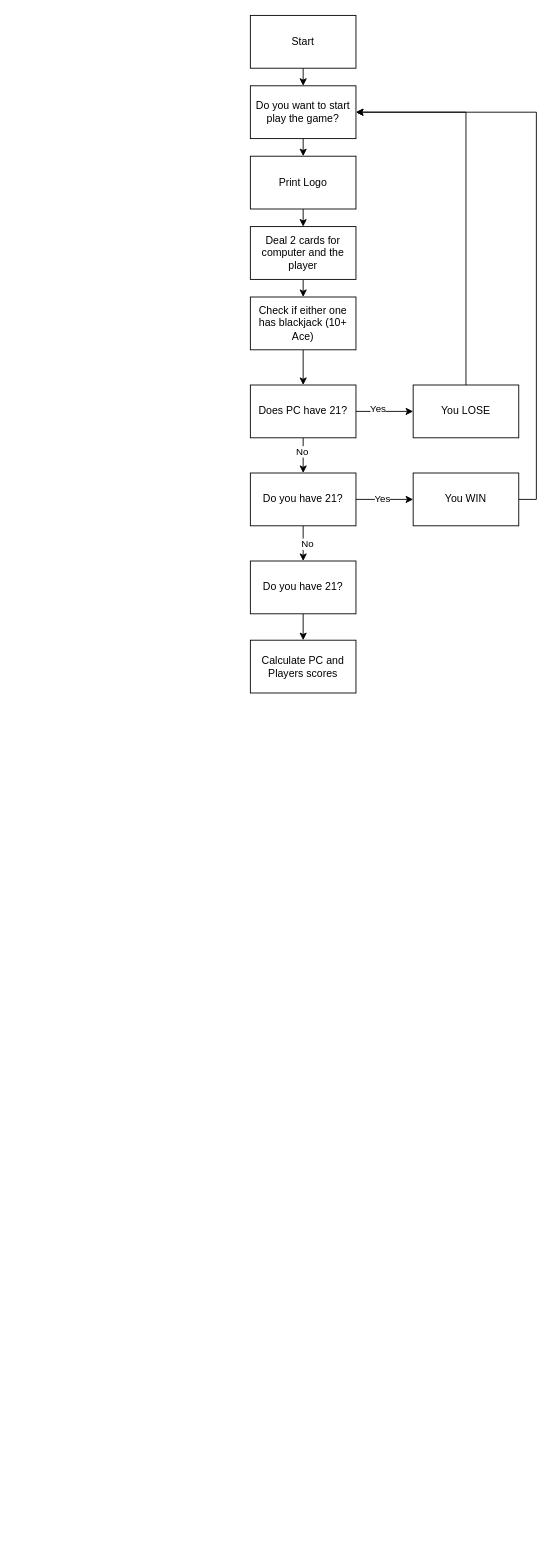
Above: day11_blackjack.drawio in GytenisBorusas/100DaysOfCode (draw.io), before the change. Source tidied: cells renumbered, new cells numbered last; positions are measured from the earlier drawing's top-left corner, leaving out a move shared by most shapes. Both pictures are drawn from the tidied source at 88%, with x=0, y=0 at pixel (250, 15).
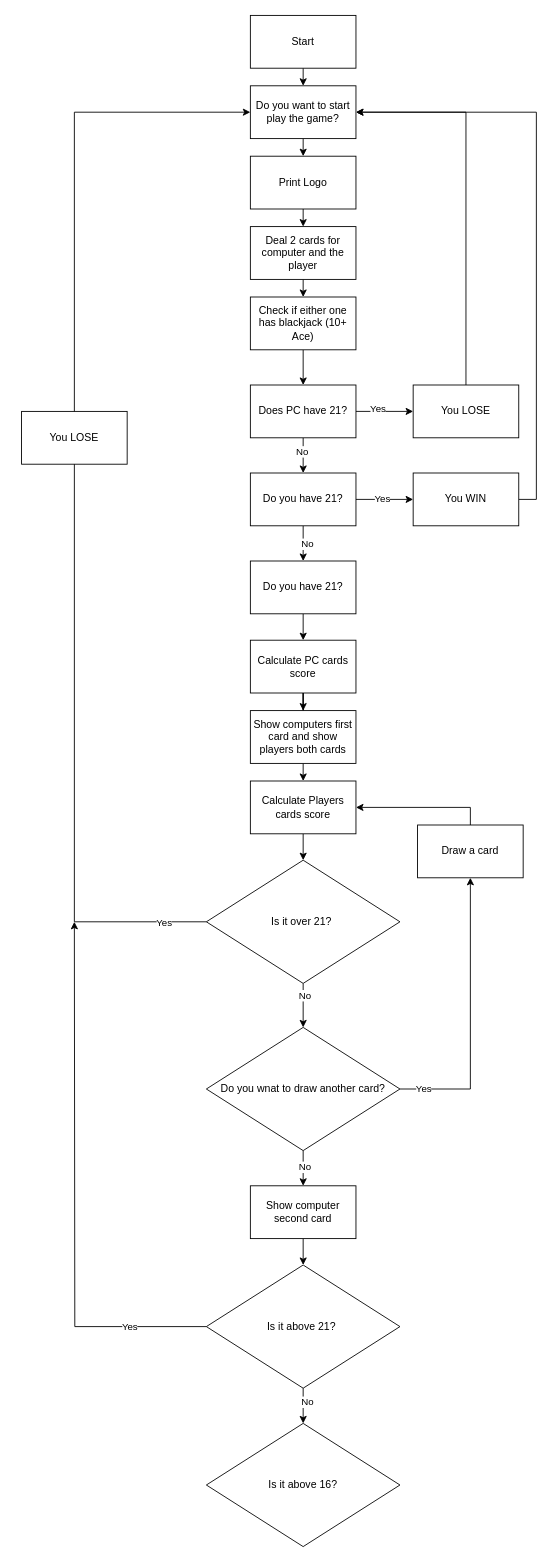
The same diagram, later.

Unchanged cells that the change refers to:
```xml
<mxCell id="5" value="Do you want to start play the game?&lt;br&gt;" style="rounded=0;whiteSpace=wrap;html=1;" parent="1" vertex="1">
  <mxGeometry y="80" width="120" height="60" as="geometry" />
</mxCell>
```

The edit, as a diff of the source:
```diff
@@
+    <mxCell id="29" style="edgeStyle=orthogonalEdgeStyle;rounded=0;jettySize=auto;html=1;exitX=0.5;exitY=1;exitDx=0;exitDy=0;" parent="1" edge="1" source="28" target="31">
+      <mxGeometry relative="1" as="geometry" />
+    </mxCell>
-    <mxCell id="28" value="Calculate PC and Players scores" style="rounded=0;whiteSpace=wrap;html=1;" parent="1" vertex="1">
+    <mxCell id="28" value="Calculate PC cards score" style="rounded=0;whiteSpace=wrap;html=1;" parent="1" vertex="1">
       <mxGeometry y="710" width="120" height="60" as="geometry" />
     </mxCell>
+    <mxCell id="30" style="edgeStyle=orthogonalEdgeStyle;rounded=0;jettySize=auto;html=1;exitX=0.5;exitY=1;exitDx=0;exitDy=0;entryX=0.5;entryY=0;entryDx=0;entryDy=0;" parent="1" edge="1" source="31" target="33">
+      <mxGeometry relative="1" as="geometry" />
+    </mxCell>
+    <mxCell id="31" value="Show computers first card and show players both cards" style="rounded=0;whiteSpace=wrap;html=1;" parent="1" vertex="1">
+      <mxGeometry y="790" width="120" height="60" as="geometry" />
+    </mxCell>
+    <mxCell id="32" style="edgeStyle=orthogonalEdgeStyle;rounded=0;jettySize=auto;html=1;exitX=0.5;exitY=1;exitDx=0;exitDy=0;entryX=0.5;entryY=0;entryDx=0;entryDy=0;" parent="1" edge="1" source="33" target="44">
+      <mxGeometry relative="1" as="geometry" />
+    </mxCell>
+    <mxCell id="33" value="Calculate Players cards score" style="rounded=0;whiteSpace=wrap;html=1;" parent="1" vertex="1">
+      <mxGeometry y="870" width="120" height="60" as="geometry" />
+    </mxCell>
+    <mxCell id="34" style="edgeStyle=orthogonalEdgeStyle;rounded=0;jettySize=auto;html=1;entryX=0.5;entryY=1;entryDx=0;entryDy=0;" parent="1" edge="1" source="38" target="40">
+      <mxGeometry relative="1" as="geometry">
+        <Array as="points">
+          <mxPoint x="250" y="1220" />
+        </Array>
+      </mxGeometry>
+    </mxCell>
+    <mxCell id="35" value="Yes" style="edgeLabel;html=1;align=center;verticalAlign=middle;" parent="34" vertex="1">
+      <mxGeometry x="-0.84" y="1" relative="1" as="geometry" />
+    </mxCell>
+    <mxCell id="36" style="edgeStyle=orthogonalEdgeStyle;rounded=0;jettySize=auto;html=1;exitX=0.5;exitY=1;exitDx=0;exitDy=0;entryX=0.5;entryY=0;entryDx=0;entryDy=0;" parent="1" edge="1" source="38" target="49">
+      <mxGeometry relative="1" as="geometry" />
+    </mxCell>
+    <mxCell id="37" value="No" style="edgeLabel;html=1;align=center;verticalAlign=middle;" parent="36" vertex="1">
+      <mxGeometry x="-0.1" y="1" relative="1" as="geometry" />
+    </mxCell>
+    <mxCell id="38" value="Do you wnat to draw another card?" style="rhombus;whiteSpace=wrap;html=1;rounded=0;" parent="1" vertex="1">
+      <mxGeometry x="-50" y="1150" width="220" height="140" as="geometry" />
+    </mxCell>
+    <mxCell id="39" style="edgeStyle=orthogonalEdgeStyle;rounded=0;jettySize=auto;html=1;exitX=0.5;exitY=0;exitDx=0;exitDy=0;entryX=1;entryY=0.5;entryDx=0;entryDy=0;" parent="1" edge="1" source="40" target="33">
+      <mxGeometry relative="1" as="geometry" />
+    </mxCell>
+    <mxCell id="40" value="Draw a card" style="rounded=0;whiteSpace=wrap;html=1;" parent="1" vertex="1">
+      <mxGeometry x="190" y="920" width="120" height="60" as="geometry" />
+    </mxCell>
+    <mxCell id="41" style="edgeStyle=orthogonalEdgeStyle;rounded=0;jettySize=auto;html=1;exitX=0.5;exitY=1;exitDx=0;exitDy=0;entryX=0.5;entryY=0;entryDx=0;entryDy=0;" parent="1" edge="1" source="44" target="38">
+      <mxGeometry relative="1" as="geometry" />
+    </mxCell>
+    <mxCell id="42" value="No" style="edgeLabel;html=1;align=center;verticalAlign=middle;" parent="41" vertex="1">
+      <mxGeometry x="-0.5" y="1" relative="1" as="geometry" />
+    </mxCell>
+    <mxCell id="43" style="edgeStyle=orthogonalEdgeStyle;rounded=0;jettySize=auto;html=1;exitX=0;exitY=0.5;exitDx=0;exitDy=0;entryX=0;entryY=0.5;entryDx=0;entryDy=0;" parent="1" edge="1" source="47" target="5">
+      <mxGeometry relative="1" as="geometry">
+        <Array as="points">
+          <mxPoint x="-200" y="110" />
+        </Array>
+      </mxGeometry>
+    </mxCell>
+    <mxCell id="44" value="Is it over 21?&amp;nbsp;" style="rhombus;whiteSpace=wrap;html=1;rounded=0;" parent="1" vertex="1">
+      <mxGeometry x="-50" y="960" width="220" height="140" as="geometry" />
+    </mxCell>
+    <mxCell id="45" style="edgeStyle=orthogonalEdgeStyle;rounded=0;jettySize=auto;html=1;exitX=0;exitY=0.5;exitDx=0;exitDy=0;entryX=0;entryY=0.5;entryDx=0;entryDy=0;" parent="1" edge="1" source="44" target="47">
+      <mxGeometry relative="1" as="geometry">
+        <Array as="points">
+          <mxPoint x="-200" y="1030" />
+        </Array>
+      </mxGeometry>
+    </mxCell>
+    <mxCell id="46" value="Yes" style="edgeLabel;html=1;align=center;verticalAlign=middle;" parent="45" vertex="1">
+      <mxGeometry x="-0.87" relative="1" as="geometry" />
+    </mxCell>
+    <mxCell id="47" value="You LOSE" style="rounded=0;whiteSpace=wrap;html=1;" parent="1" vertex="1">
+      <mxGeometry x="-260" y="450" width="120" height="60" as="geometry" />
+    </mxCell>
+    <mxCell id="48" style="edgeStyle=orthogonalEdgeStyle;rounded=0;jettySize=auto;html=1;exitX=0.5;exitY=1;exitDx=0;exitDy=0;entryX=0.5;entryY=0;entryDx=0;entryDy=0;" parent="1" edge="1" source="49" target="54">
+      <mxGeometry relative="1" as="geometry" />
+    </mxCell>
+    <mxCell id="49" value="Show computer second card" style="rounded=0;whiteSpace=wrap;html=1;" parent="1" vertex="1">
+      <mxGeometry y="1330" width="120" height="60" as="geometry" />
+    </mxCell>
+    <mxCell id="50" style="edgeStyle=orthogonalEdgeStyle;rounded=0;jettySize=auto;html=1;exitX=0.5;exitY=1;exitDx=0;exitDy=0;entryX=0.5;entryY=0;entryDx=0;entryDy=0;" parent="1" edge="1" source="54" target="55">
+      <mxGeometry relative="1" as="geometry" />
+    </mxCell>
+    <mxCell id="51" value="No" style="edgeLabel;html=1;align=center;verticalAlign=middle;" parent="50" vertex="1">
+      <mxGeometry x="-0.25" y="4" relative="1" as="geometry" />
+    </mxCell>
+    <mxCell id="52" style="edgeStyle=orthogonalEdgeStyle;rounded=0;jettySize=auto;html=1;exitX=0;exitY=0.5;exitDx=0;exitDy=0;" parent="1" edge="1" source="54">
+      <mxGeometry relative="1" as="geometry">
+        <mxPoint x="-200" y="1030" as="targetPoint" />
+      </mxGeometry>
+    </mxCell>
+    <mxCell id="53" value="Yes" style="edgeLabel;html=1;align=center;verticalAlign=middle;" parent="52" vertex="1">
+      <mxGeometry x="-0.71" y="-1" relative="1" as="geometry" />
+    </mxCell>
+    <mxCell id="54" value="Is it above 21?&amp;nbsp;" style="rhombus;whiteSpace=wrap;html=1;rounded=0;" parent="1" vertex="1">
+      <mxGeometry x="-50" y="1420" width="220" height="140" as="geometry" />
+    </mxCell>
+    <mxCell id="55" value="Is it above 16?" style="rhombus;whiteSpace=wrap;html=1;rounded=0;" parent="1" vertex="1">
+      <mxGeometry x="-50" y="1600" width="220" height="140" as="geometry" />
+    </mxCell>
```
